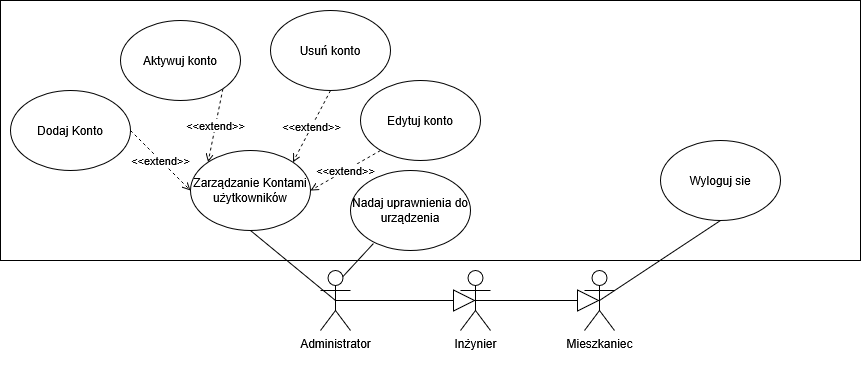
Earlier version of the draw.io export doc/administracja/img/loggeduser.drawio.png (DDanulo/SZEBI). Source tidied: cells renumbered, new cells last; positions are measured from the earlier drawing's top-left corner, leaving out a move shared by most shapes.
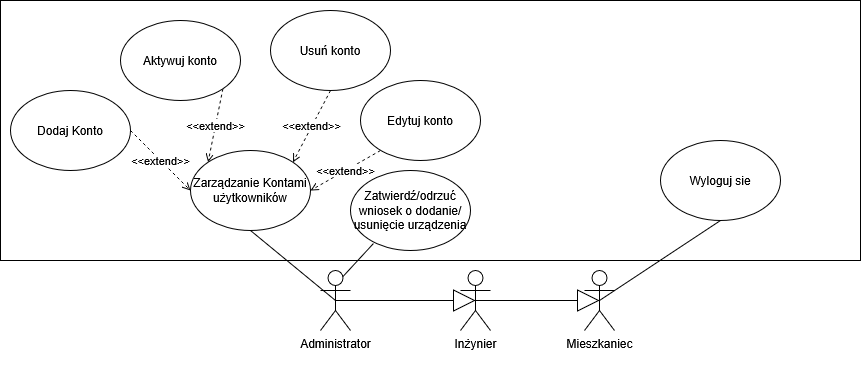
After the commit.

What changed in the source:
```diff
@@ -61,7 +61,7 @@
     <mxCell id="20" value="Edytuj konto" style="ellipse;whiteSpace=wrap;html=1;" parent="1" vertex="1">
       <mxGeometry x="360" y="80" width="120" height="80" as="geometry" />
     </mxCell>
-    <mxCell id="21" value="Nadaj uprawnienia do urządzenia" style="ellipse;whiteSpace=wrap;html=1;" parent="1" vertex="1">
+    <mxCell id="21" value="Zatwierdź/odrzuć wniosek o dodanie/usunięcie urządzenia" style="ellipse;whiteSpace=wrap;html=1;" parent="1" vertex="1">
       <mxGeometry x="350" y="170" width="120" height="80" as="geometry" />
     </mxCell>
   </root>
```
